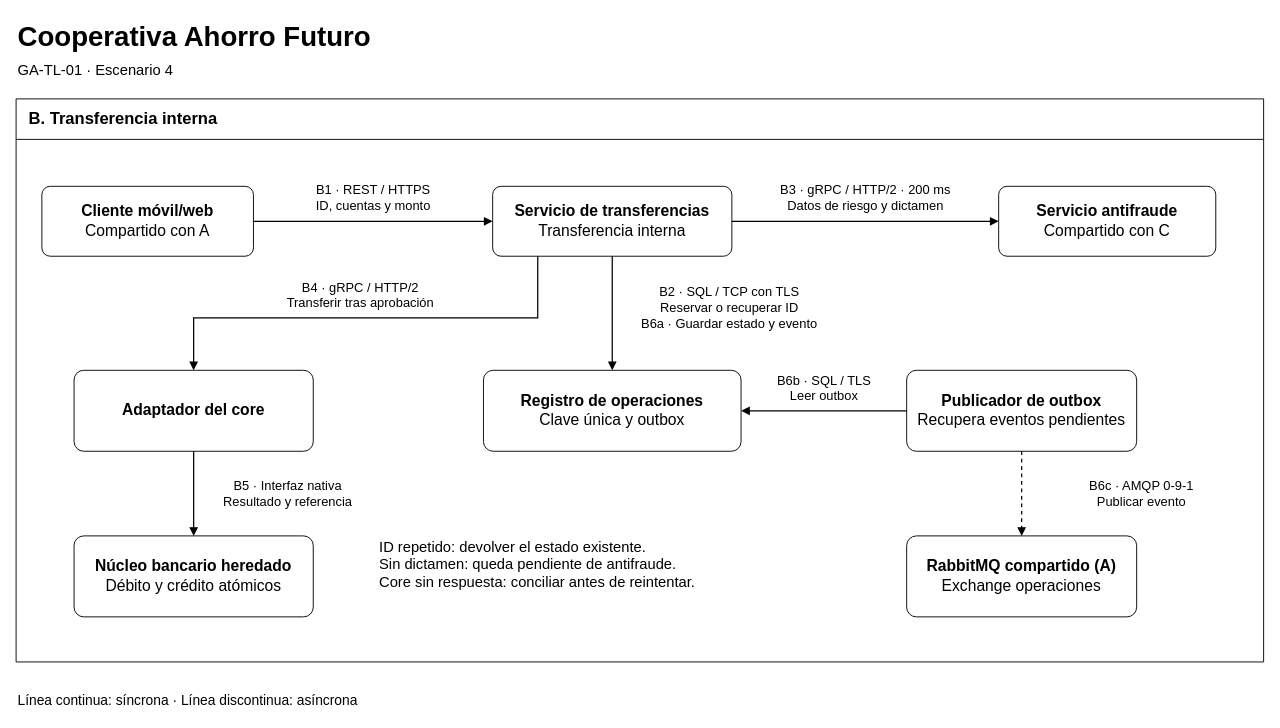
The draw.io diagram BYRON DANIEL LOOR MENDOZA/Diagrama-bloque-B-Transferencia-interna.drawio.xml in Danxxx777/CGLS, before the edit. Source tidied: cells renumbered, new cells numbered last; positions are measured from the earlier drawing's top-left corner, leaving out a move shared by most shapes. Both pictures are drawn from the tidied source at 92%, with x=0, y=0 at pixel (16, 16).
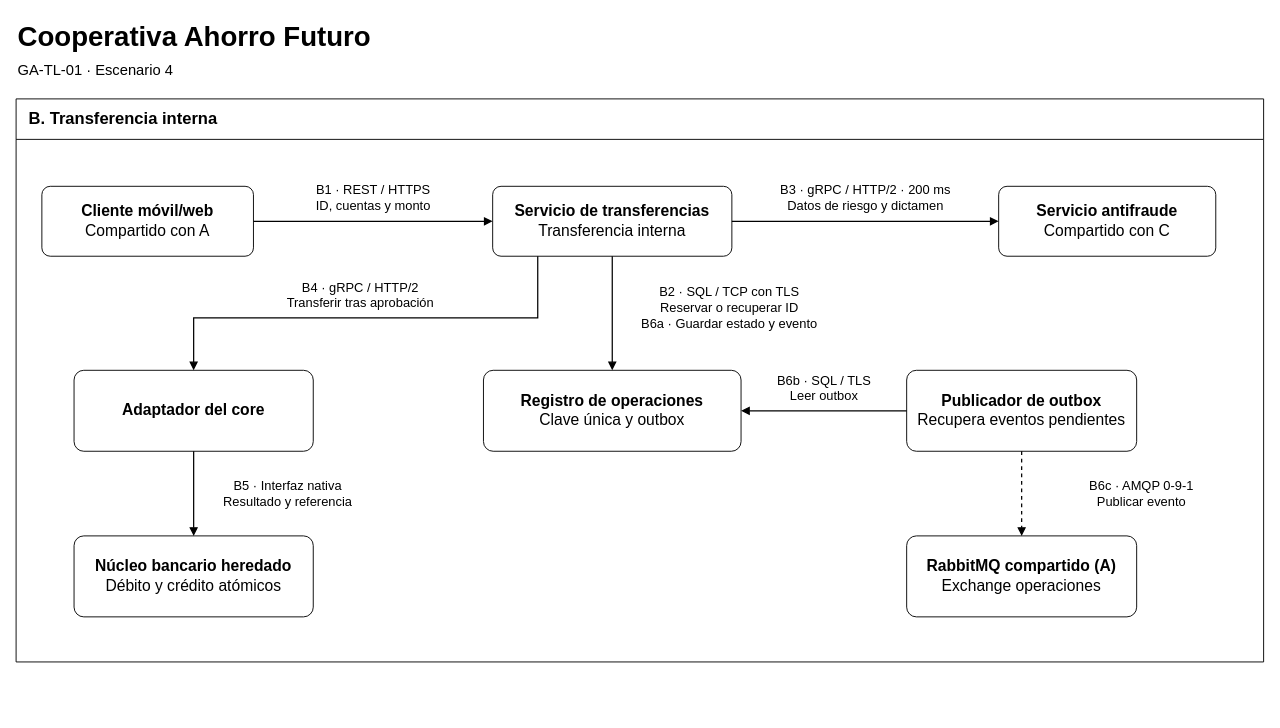
The same diagram, later.

Commit message (it also covers changes not shown here):
Simplificar el diagrama y quitar el Word

The edit, as a diff of the source:
```diff
@@
-    <mxCell id="13" value="ID repetido: devolver el estado existente.&lt;br&gt;Sin dictamen: queda pendiente de antifraude.&lt;br&gt;Core sin respuesta: conciliar antes de reintentar." style="text;html=1;strokeColor=none;fillColor=none;align=left;verticalAlign=middle;fontSize=16;fontStyle=0;" parent="1" vertex="1">
-      <mxGeometry x="393" y="550" width="510" height="92" as="geometry" />
-    </mxCell>
-    <mxCell id="14" value="Línea continua: síncrona · Línea discontinua: asíncrona" style="text;html=1;strokeColor=none;fillColor=none;align=left;verticalAlign=middle;fontSize=15;fontStyle=0;" parent="1" vertex="1">
-      <mxGeometry y="729" width="1356" height="28" as="geometry" />
-    </mxCell>
```
